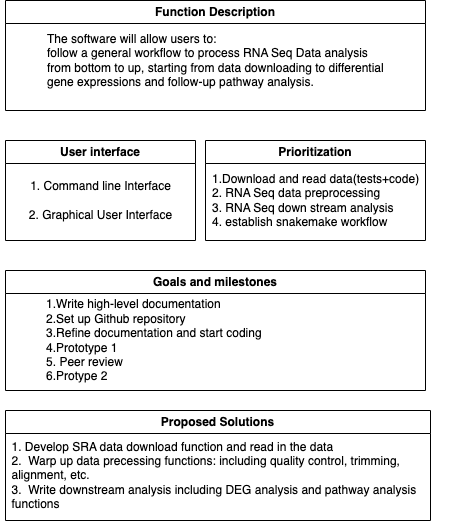
Above: deisgn document/DDS.png in Zjx01/Generalized-RNAseq-analysis-pipeline (draw.io), before the change. Source tidied: cells renumbered, new cells last; positions are measured from the earlier drawing's top-left corner, leaving out a move shared by most shapes. Source of this version:
```xml
<mxGraphModel>
  <root>
    <mxCell id="0" />
    <mxCell id="1" parent="0" />
    <mxCell id="2" value="Function Description" style="swimlane;whiteSpace=wrap;html=1;" parent="1" vertex="1">
      <mxGeometry x="5" width="420" height="110" as="geometry" />
    </mxCell>
    <mxCell id="3" value="The software will allow users to:&lt;br&gt;follow a general workflow to process RNA Seq Data analysis &lt;br&gt;from bottom to up, starting from data downloading to differential &lt;br&gt;gene expressions and follow-up pathway analysis." style="text;html=1;align=left;verticalAlign=middle;strokeColor=none;fillColor=none;" parent="2" vertex="1">
      <mxGeometry x="40" y="25" width="360" height="70" as="geometry" />
    </mxCell>
    <mxCell id="4" value="User interface" style="swimlane;whiteSpace=wrap;html=1;" parent="1" vertex="1">
      <mxGeometry x="5" y="140" width="190" height="100" as="geometry" />
    </mxCell>
    <mxCell id="5" value="1. Command line Interface&lt;br&gt;&lt;br&gt;2. Graphical User Interface" style="text;html=1;align=center;verticalAlign=middle;strokeColor=none;fillColor=none;" parent="4" vertex="1">
      <mxGeometry x="10" y="30" width="170" height="60" as="geometry" />
    </mxCell>
    <mxCell id="6" value="Prioritization" style="swimlane;whiteSpace=wrap;html=1;" parent="1" vertex="1">
      <mxGeometry x="205" y="140" width="220" height="100" as="geometry" />
    </mxCell>
    <mxCell id="7" value="1.Download and read data(tests+code)&amp;nbsp;&amp;nbsp;&lt;br&gt;2. RNA Seq data preprocessing&amp;nbsp;&amp;nbsp;&lt;br&gt;3. RNA Seq down stream analysis&amp;nbsp;&lt;br&gt;4. establish snakemake workflow&amp;nbsp;" style="text;html=1;align=left;verticalAlign=middle;strokeColor=none;fillColor=none;" parent="6" vertex="1">
      <mxGeometry x="5" y="25" width="240" height="70" as="geometry" />
    </mxCell>
    <mxCell id="8" value="Goals and milestones" style="swimlane;whiteSpace=wrap;html=1;" parent="1" vertex="1">
      <mxGeometry x="5" y="270" width="420" height="120" as="geometry" />
    </mxCell>
    <mxCell id="9" value="&lt;div style=&quot;text-align: left;&quot;&gt;&lt;span style=&quot;background-color: initial;&quot;&gt;1.Write high-level documentation&lt;/span&gt;&lt;/div&gt;&lt;div style=&quot;text-align: left;&quot;&gt;&lt;span style=&quot;background-color: initial;&quot;&gt;2.Set up Github repository&amp;nbsp;&lt;/span&gt;&lt;/div&gt;&lt;div style=&quot;text-align: left;&quot;&gt;&lt;span style=&quot;background-color: initial;&quot;&gt;3.Refine documentation and start coding&amp;nbsp;&lt;/span&gt;&lt;/div&gt;&lt;div style=&quot;text-align: left;&quot;&gt;&lt;span style=&quot;background-color: initial;&quot;&gt;4.Prototype 1&lt;/span&gt;&lt;/div&gt;&lt;div style=&quot;text-align: left;&quot;&gt;&lt;span style=&quot;background-color: initial;&quot;&gt;5. Peer review&amp;nbsp;&lt;/span&gt;&lt;/div&gt;&lt;div style=&quot;text-align: left;&quot;&gt;&lt;span style=&quot;background-color: initial;&quot;&gt;6.Protype 2&amp;nbsp;&lt;/span&gt;&lt;/div&gt;" style="text;html=1;align=center;verticalAlign=middle;strokeColor=none;fillColor=none;" parent="8" vertex="1">
      <mxGeometry x="30" y="20" width="240" height="100" as="geometry" />
    </mxCell>
    <mxCell id="10" value="Proposed Solutions" style="swimlane;whiteSpace=wrap;html=1;" parent="1" vertex="1">
      <mxGeometry x="5" y="410" width="425" height="110" as="geometry" />
    </mxCell>
    <mxCell id="11" value="&lt;div style=&quot;text-align: left;&quot;&gt;1. Develop SRA data download function and read in the data&lt;/div&gt;&lt;div style=&quot;text-align: left;&quot;&gt;2.&amp;nbsp; Warp up data precessing functions: including quality control, trimming,&amp;nbsp;&lt;/div&gt;&lt;div style=&quot;text-align: left;&quot;&gt;alignment, etc.&amp;nbsp;&lt;/div&gt;&lt;div style=&quot;text-align: left;&quot;&gt;3.&amp;nbsp; Write downstream analysis including DEG analysis and pathway analysis&amp;nbsp;&lt;/div&gt;&lt;div style=&quot;text-align: left;&quot;&gt;functions&lt;/div&gt;" style="text;html=1;align=center;verticalAlign=middle;strokeColor=none;fillColor=none;" parent="10" vertex="1">
      <mxGeometry x="-5" y="20" width="430" height="90" as="geometry" />
    </mxCell>
  </root>
</mxGraphModel>
```
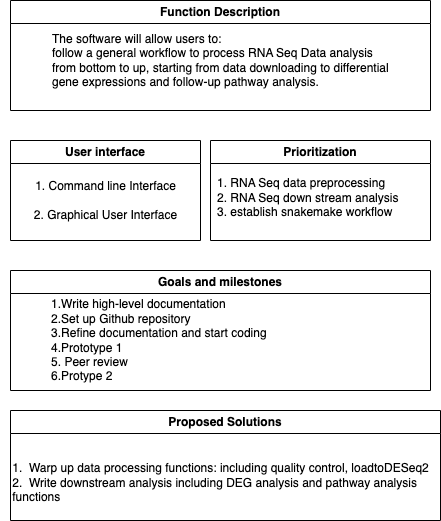
Later version of the same file.

What changed in the source:
```diff
@@ -17,8 +17,8 @@
     <mxCell id="6" value="Prioritization" style="swimlane;whiteSpace=wrap;html=1;" parent="1" vertex="1">
       <mxGeometry x="205" y="140" width="220" height="100" as="geometry" />
     </mxCell>
-    <mxCell id="7" value="1.Download and read data(tests+code)&amp;nbsp;&amp;nbsp;&lt;br&gt;2. RNA Seq data preprocessing&amp;nbsp;&amp;nbsp;&lt;br&gt;3. RNA Seq down stream analysis&amp;nbsp;&lt;br&gt;4. establish snakemake workflow&amp;nbsp;" style="text;html=1;align=left;verticalAlign=middle;strokeColor=none;fillColor=none;" parent="6" vertex="1">
-      <mxGeometry x="5" y="25" width="240" height="70" as="geometry" />
+    <mxCell id="7" value="&amp;nbsp;&amp;nbsp;&lt;br&gt;1. RNA Seq data preprocessing&amp;nbsp;&amp;nbsp;&lt;br&gt;2. RNA Seq down stream analysis&amp;nbsp;&lt;br&gt;3. establish snakemake workflow&amp;nbsp;" style="text;html=1;align=left;verticalAlign=middle;strokeColor=none;fillColor=none;" parent="6" vertex="1">
+      <mxGeometry x="5" y="15" width="210" height="70" as="geometry" />
     </mxCell>
     <mxCell id="8" value="Goals and milestones" style="swimlane;whiteSpace=wrap;html=1;" parent="1" vertex="1">
       <mxGeometry x="5" y="270" width="420" height="120" as="geometry" />
@@ -27,10 +27,10 @@
       <mxGeometry x="30" y="20" width="240" height="100" as="geometry" />
     </mxCell>
     <mxCell id="10" value="Proposed Solutions" style="swimlane;whiteSpace=wrap;html=1;" parent="1" vertex="1">
-      <mxGeometry x="5" y="410" width="425" height="110" as="geometry" />
+      <mxGeometry x="5" y="410" width="430" height="110" as="geometry" />
     </mxCell>
-    <mxCell id="11" value="&lt;div style=&quot;text-align: left;&quot;&gt;1. Develop SRA data download function and read in the data&lt;/div&gt;&lt;div style=&quot;text-align: left;&quot;&gt;2.&amp;nbsp; Warp up data precessing functions: including quality control, trimming,&amp;nbsp;&lt;/div&gt;&lt;div style=&quot;text-align: left;&quot;&gt;alignment, etc.&amp;nbsp;&lt;/div&gt;&lt;div style=&quot;text-align: left;&quot;&gt;3.&amp;nbsp; Write downstream analysis including DEG analysis and pathway analysis&amp;nbsp;&lt;/div&gt;&lt;div style=&quot;text-align: left;&quot;&gt;functions&lt;/div&gt;" style="text;html=1;align=center;verticalAlign=middle;strokeColor=none;fillColor=none;" parent="10" vertex="1">
-      <mxGeometry x="-5" y="20" width="430" height="90" as="geometry" />
+    <mxCell id="11" value="&lt;div style=&quot;text-align: left;&quot;&gt;&lt;br&gt;&lt;/div&gt;&lt;div style=&quot;text-align: left;&quot;&gt;1.&amp;nbsp; Warp up data processing functions: including quality control, loadtoDESeq2&lt;/div&gt;&lt;div style=&quot;text-align: left;&quot;&gt;2.&amp;nbsp; Write downstream analysis including DEG analysis and pathway analysis&amp;nbsp;&lt;/div&gt;&lt;div style=&quot;text-align: left;&quot;&gt;functions&lt;/div&gt;" style="text;html=1;align=center;verticalAlign=middle;strokeColor=none;fillColor=none;" parent="10" vertex="1">
+      <mxGeometry x="-10" y="30" width="440" height="70" as="geometry" />
     </mxCell>
   </root>
 </mxGraphModel>
```
